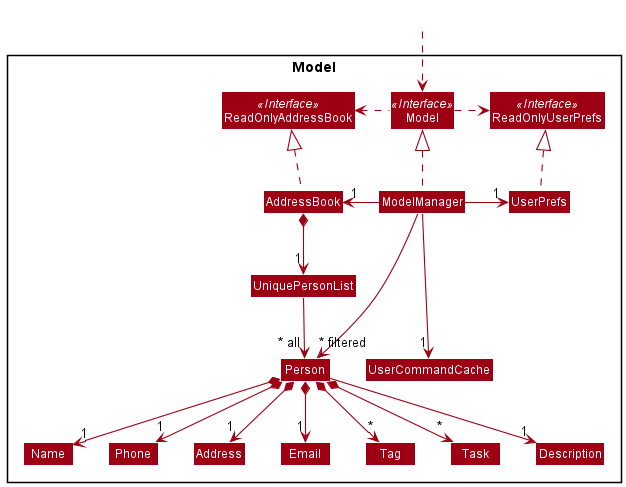
Above: docs/images/ModelClassDiagram.png in nus-cs2103-AY2122S1/tp (PlantUML), before the change.
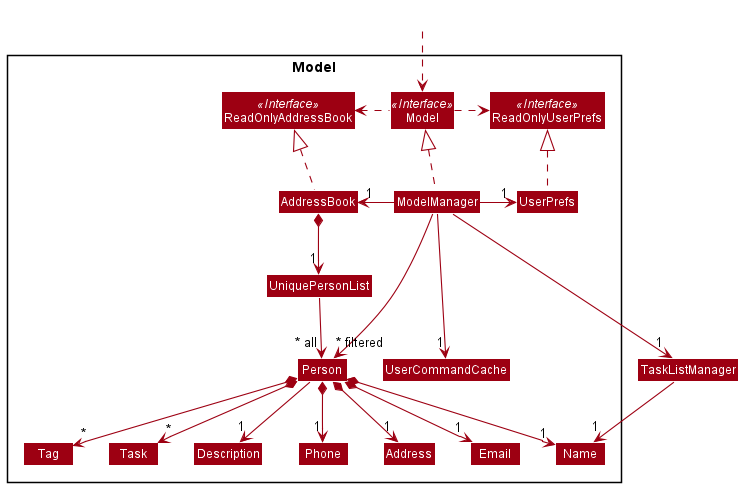
Above is the later version.

Diff of the diagram source:
```diff
@@ -54,6 +54,8 @@
 Address -[hidden]right-> Email
 
 ModelManager -down--> "1" UserCommandCache
+ModelManager -down-> "1" TaskListManager
 
+TaskListManager -down-> "1" Name
 ModelManager -->"~* filtered" Person
 @enduml
```
